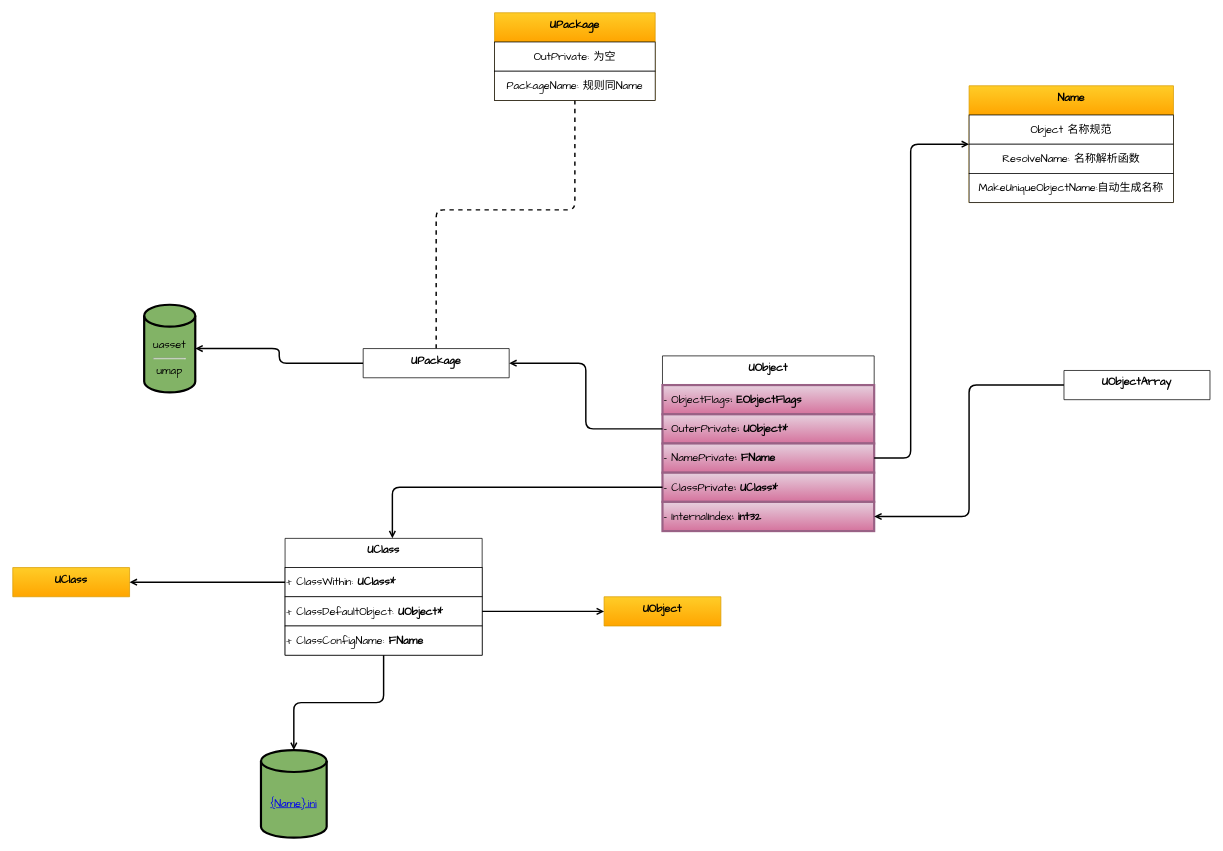
Earlier version of the draw.io diagram page "Page-5" (9 of 17) of UE-InsightSource.drawio (phileas2020/Notes). Source tidied: cells renumbered, new cells numbered last; positions are measured from the earlier drawing's top-left corner, leaving out a move shared by most shapes. Both pictures are drawn from the tidied source at 73%, with x=0, y=0 at pixel (12, 12).
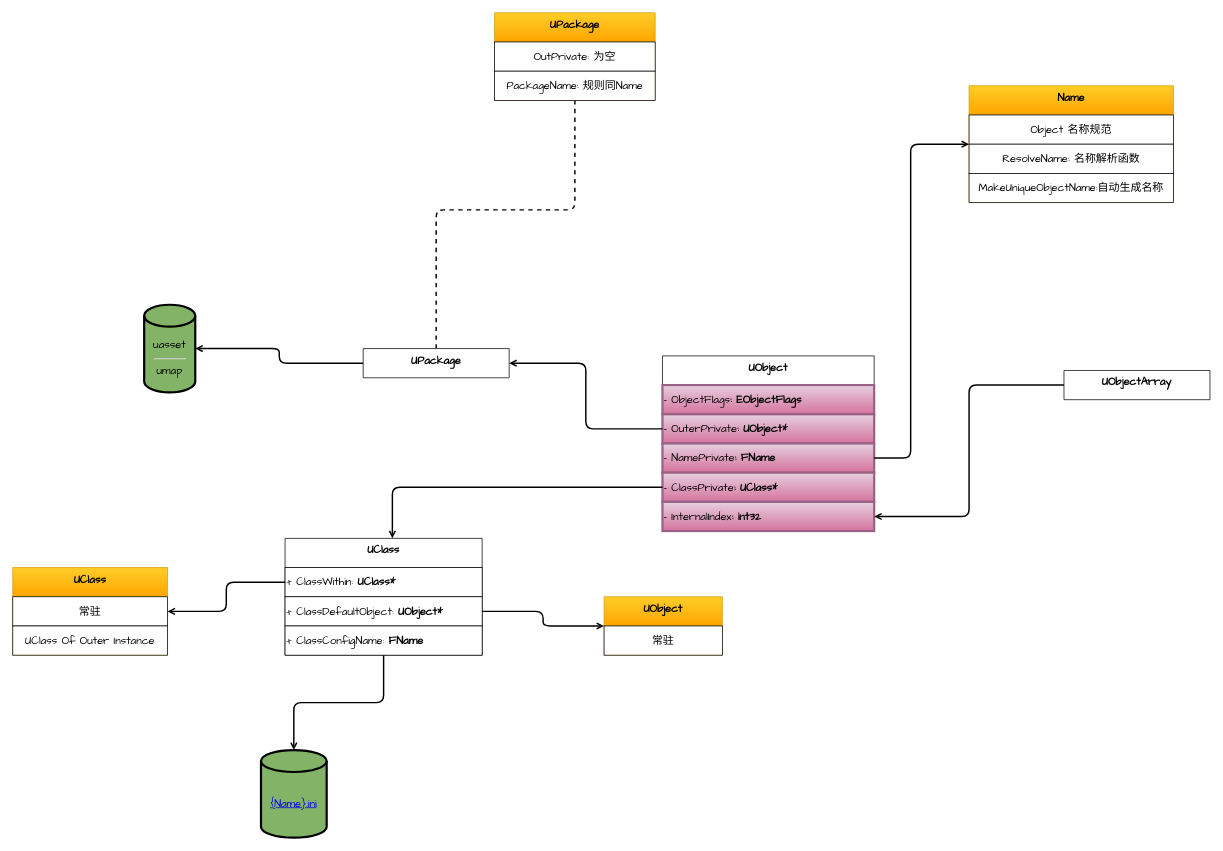
The same diagram, later.

Change to the diagram source:
```diff
@@
-    <mxCell id="19" value="UObject" style="swimlane;fontStyle=1;align=center;verticalAlign=top;horizontal=1;startSize=40;fontFamily=Comic Sans MS;fontSize=15;gradientColor=#ffa500;fillColor=#ffcd28;strokeColor=#d79b00;" parent="1" vertex="1" collapsed="1">
-      <mxGeometry x="810" y="800" width="160" height="40" as="geometry" />
+    <mxCell id="19" value="UObject" style="swimlane;fontStyle=1;align=center;verticalAlign=top;horizontal=1;startSize=40;fontFamily=Comic Sans MS;fontSize=15;gradientColor=#ffa500;fillColor=#ffcd28;strokeColor=#d79b00;" parent="1" vertex="1">
+      <mxGeometry x="810" y="800" width="162" height="80" as="geometry" />
     </mxCell>
+    <mxCell id="34" value="常驻" style="rounded=0;whiteSpace=wrap;html=1;fontFamily=Comic Sans MS;fontSize=15;align=center;" parent="19" vertex="1">
+      <mxGeometry y="40" width="162" height="40" as="geometry" />
+    </mxCell>
-    <mxCell id="20" value="UClass" style="swimlane;fontStyle=1;align=center;verticalAlign=top;horizontal=1;startSize=40;fontFamily=Comic Sans MS;fontSize=15;gradientColor=#ffa500;fillColor=#ffcd28;strokeColor=#d79b00;" parent="1" vertex="1" collapsed="1">
-      <mxGeometry y="760" width="160" height="40" as="geometry" />
+    <mxCell id="20" value="UClass" style="swimlane;fontStyle=1;align=center;verticalAlign=top;horizontal=1;startSize=40;fontFamily=Comic Sans MS;fontSize=15;gradientColor=#ffa500;fillColor=#ffcd28;strokeColor=#d79b00;" parent="1" vertex="1">
+      <mxGeometry y="760" width="212" height="120" as="geometry" />
     </mxCell>
+    <mxCell id="35" value="常驻" style="rounded=0;whiteSpace=wrap;html=1;fontFamily=Comic Sans MS;fontSize=15;align=center;" parent="20" vertex="1">
+      <mxGeometry y="40" width="212" height="40" as="geometry" />
+    </mxCell>
+    <mxCell id="36" value="UClass Of Outer Instance" style="rounded=0;whiteSpace=wrap;html=1;fontFamily=Comic Sans MS;fontSize=15;align=center;" parent="20" vertex="1">
+      <mxGeometry y="80" width="212" height="40" as="geometry" />
+    </mxCell>
```
